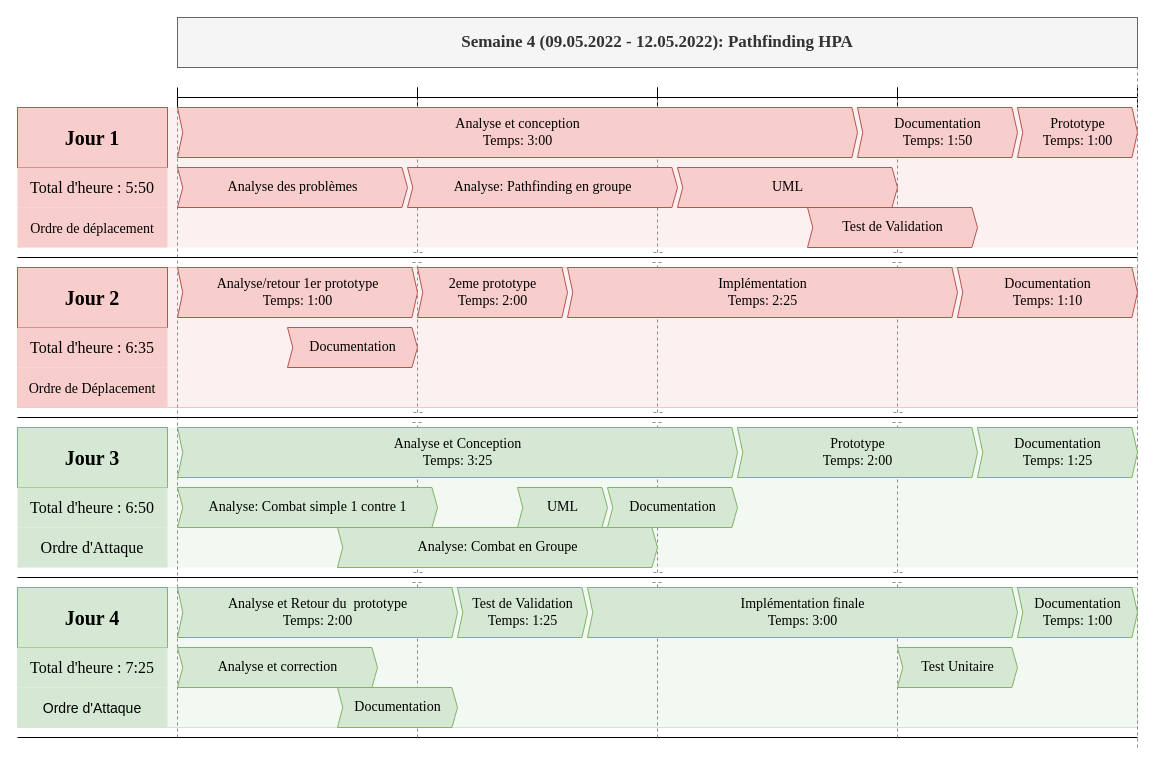
Before: Assets/Documentation/Planification/FlorianDuruz_PlanningSemaine4_CastleDefense.drawio in Cat-du-Fromage/TPI_CastleDefense, a draw.io diagram. Source tidied: cells renumbered, new cells numbered last; positions are measured from the earlier drawing's top-left corner, leaving out a move shared by most shapes. Both pictures are drawn from the tidied source at 100%, with x=0, y=0 at pixel (17, 17).
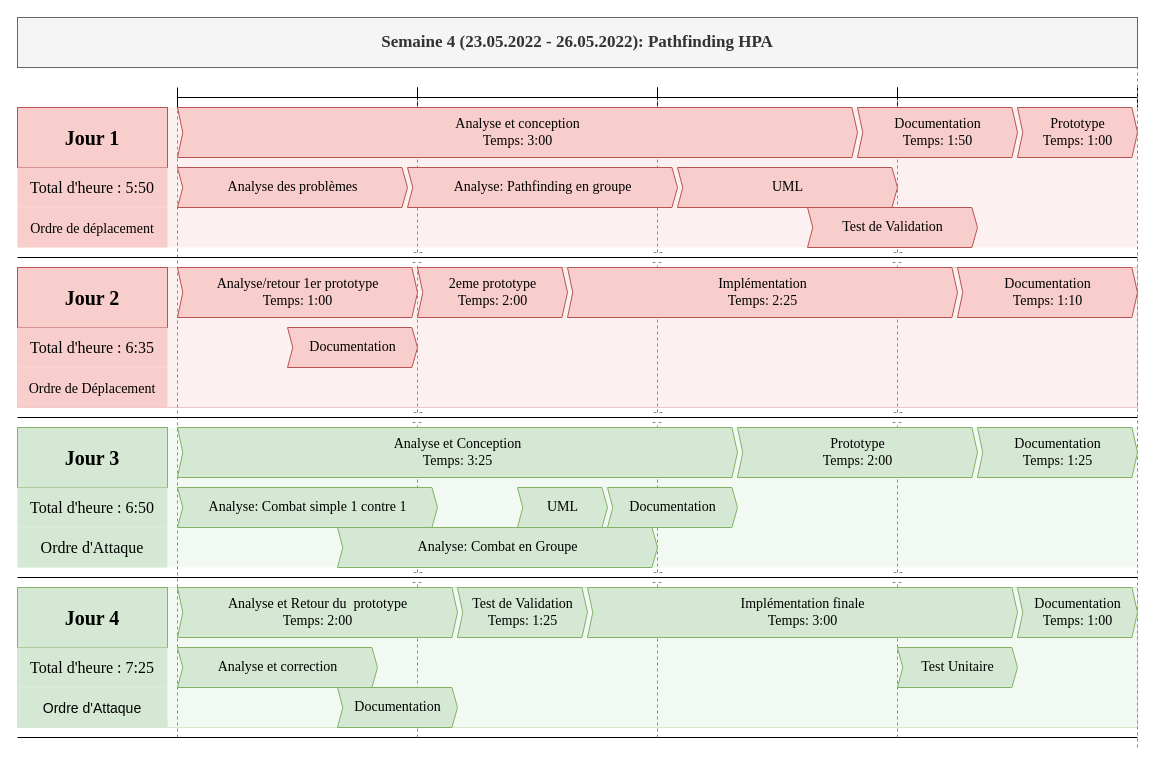
The same diagram, later.

The edit, as a diff of the source:
```diff
@@
-    <mxCell id="36" value="Semaine 4 (09.05.2022 - 12.05.2022): Pathfinding HPA" style="rounded=0;whiteSpace=wrap;html=1;fillColor=#f5f5f5;strokeColor=#666666;fontSize=17;fontStyle=1;fontColor=#333333;fontFamily=Times New Roman;" parent="21" vertex="1">
-      <mxGeometry x="160" width="960" height="50" as="geometry" />
+    <mxCell id="36" value="Semaine 4 (23.05.2022 - 26.05.2022): Pathfinding HPA" style="rounded=0;whiteSpace=wrap;html=1;fillColor=#f5f5f5;strokeColor=#666666;fontSize=17;fontStyle=1;fontColor=#333333;fontFamily=Times New Roman;" parent="21" vertex="1">
+      <mxGeometry width="1120" height="50" as="geometry" />
     </mxCell>
```
